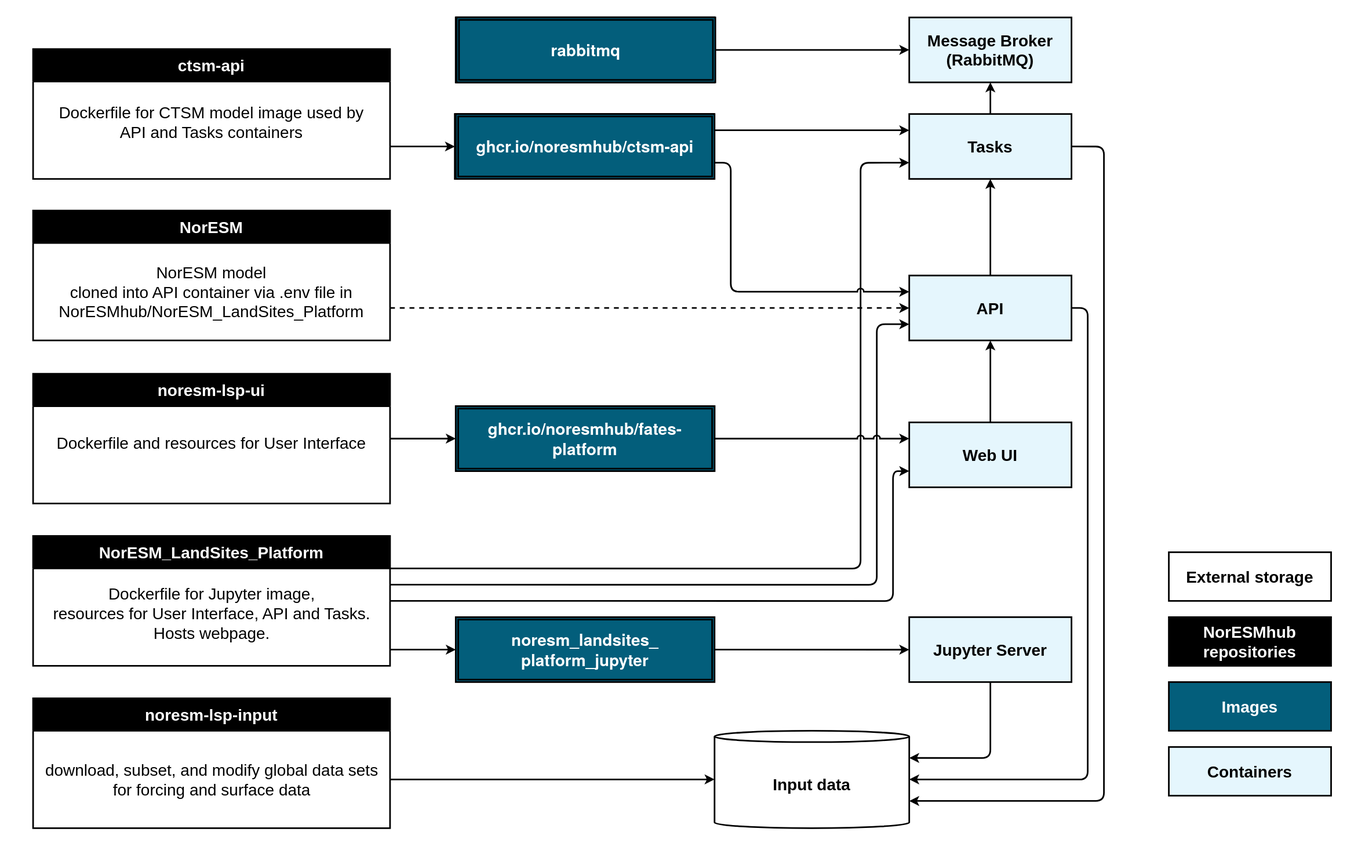
Earlier version of the draw.io export docs/img/repos_and_containers-MASTER.drawio.svg (NorESMhub/noresm-land-sites-platform). Source tidied: cells renumbered, new cells last; positions are measured from the earlier drawing's top-left corner, leaving out a move shared by most shapes.
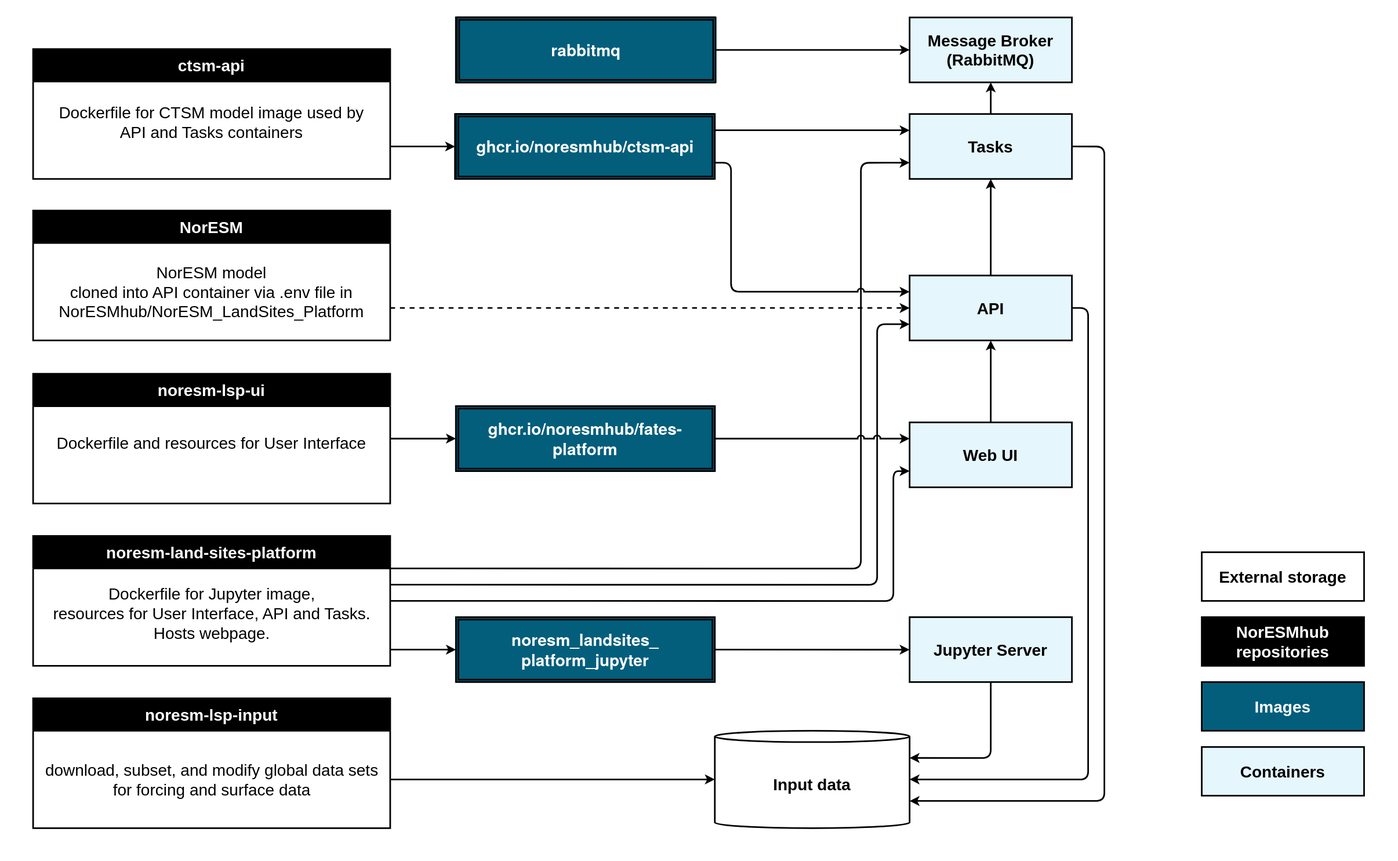
The same file after the commit.

What changed in the source:
```diff
@@ -3,7 +3,7 @@
     <mxCell id="0" />
     <mxCell id="1" parent="0" />
     <mxCell id="2" style="rounded=0;whiteSpace=wrap;html=1;fontColor=#000000;fillColor=default;strokeColor=none;" parent="1" vertex="1">
-      <mxGeometry width="1680" height="1060" as="geometry" />
+      <mxGeometry width="1720" height="1060" as="geometry" />
     </mxCell>
     <mxCell id="3" style="edgeStyle=orthogonalEdgeStyle;rounded=1;jettySize=auto;html=1;entryX=0;entryY=0.5;entryDx=0;entryDy=0;startArrow=none;startFill=0;fontSize=20;labelBackgroundColor=none;labelBorderColor=none;strokeWidth=2;jumpStyle=arc;endArrow=classic;endFill=1;" parent="1" edge="1" target="26">
       <mxGeometry relative="1" as="geometry">
@@ -27,7 +27,7 @@
         </Array>
       </mxGeometry>
     </mxCell>
-    <mxCell id="6" value="NorESM_LandSites_Platform" style="swimlane;fontSize=20;startSize=40;labelBackgroundColor=none;labelBorderColor=none;whiteSpace=wrap;fillColor=#000000;strokeWidth=2;fontColor=#FFFFFF;" parent="1" vertex="1">
+    <mxCell id="6" value="noresm-land-sites-platform" style="swimlane;fontSize=20;startSize=40;labelBackgroundColor=none;labelBorderColor=none;whiteSpace=wrap;fillColor=#000000;strokeWidth=2;fontColor=#FFFFFF;" parent="1" vertex="1">
       <mxGeometry x="40" y="660" width="440" height="160" as="geometry" />
     </mxCell>
     <mxCell id="7" value="Dockerfile for Jupyter image,&lt;br&gt;resources for User Interface, API and Tasks.&lt;br&gt;&lt;div&gt;Hosts webpage.&lt;/div&gt;" style="text;html=1;align=center;verticalAlign=middle;strokeColor=none;fillColor=none;fontSize=20;rounded=0;labelBackgroundColor=none;labelBorderColor=none;strokeWidth=2;" parent="6" vertex="1">
@@ -75,13 +75,13 @@
       </mxGeometry>
     </mxCell>
     <mxCell id="17" value="&lt;div style=&quot;font-size: 20px;&quot;&gt;&lt;font style=&quot;font-size: 20px;&quot;&gt;&lt;b style=&quot;font-size: 20px;&quot;&gt;Containers&lt;/b&gt;&lt;/font&gt;&lt;/div&gt;" style="text;html=1;strokeColor=#000000;fillColor=#E5F6FD;align=center;verticalAlign=middle;whiteSpace=wrap;rounded=0;fontSize=20;labelBackgroundColor=none;labelBorderColor=none;fontColor=#000000;strokeWidth=2;" parent="1" vertex="1">
-      <mxGeometry x="1440" y="920" width="200" height="60" as="geometry" />
+      <mxGeometry x="1480" y="920" width="200" height="60" as="geometry" />
     </mxCell>
     <mxCell id="18" value="&lt;b&gt;NorESMhub &lt;span style=&quot;font-size: 20px;&quot;&gt;&lt;font style=&quot;font-size: 20px;&quot;&gt;repositories&lt;/font&gt;&lt;/span&gt;&lt;/b&gt;" style="text;html=1;strokeColor=default;fillColor=#000000;align=center;verticalAlign=middle;whiteSpace=wrap;rounded=0;fontSize=20;labelBackgroundColor=none;labelBorderColor=none;strokeWidth=2;fontColor=#FFFFFF;" parent="1" vertex="1">
-      <mxGeometry x="1440" y="760" width="200" height="60" as="geometry" />
+      <mxGeometry x="1480" y="760" width="200" height="60" as="geometry" />
     </mxCell>
     <mxCell id="19" value="&lt;b style=&quot;font-size: 20px;&quot;&gt;&lt;font style=&quot;font-size: 20px;&quot;&gt;Images&lt;/font&gt;&lt;/b&gt;" style="text;html=1;strokeColor=default;fillColor=#035E7B;align=center;verticalAlign=middle;whiteSpace=wrap;rounded=0;fontSize=20;labelBackgroundColor=none;labelBorderColor=none;strokeWidth=2;fontColor=#FFFFFF;" parent="1" vertex="1">
-      <mxGeometry x="1440" y="840" width="200" height="60" as="geometry" />
+      <mxGeometry x="1480" y="840" width="200" height="60" as="geometry" />
     </mxCell>
     <mxCell id="20" style="edgeStyle=orthogonalEdgeStyle;rounded=1;jettySize=auto;html=1;exitX=1;exitY=0.25;exitDx=0;exitDy=0;startArrow=none;startFill=0;fontSize=20;labelBackgroundColor=none;labelBorderColor=none;strokeWidth=2;jumpStyle=arc;endArrow=classic;endFill=1;entryX=0;entryY=0.25;entryDx=0;entryDy=0;" parent="1" edge="1" source="22" target="40">
       <mxGeometry relative="1" as="geometry">
@@ -186,7 +186,7 @@
       <mxGeometry x="1120" y="520" width="200" height="80" as="geometry" />
     </mxCell>
     <mxCell id="45" value="&lt;b&gt;External storage&lt;br&gt;&lt;/b&gt;" style="text;html=1;strokeColor=default;fillColor=#FFFFFF;align=center;verticalAlign=middle;whiteSpace=wrap;rounded=0;fontSize=20;labelBackgroundColor=none;labelBorderColor=none;strokeWidth=2;" parent="1" vertex="1">
-      <mxGeometry x="1440" y="680" width="200" height="60" as="geometry" />
+      <mxGeometry x="1480" y="680" width="200" height="60" as="geometry" />
     </mxCell>
     <mxCell id="46" value="&lt;span style=&quot;color: rgb(39, 52, 59); font-family: &amp;quot;Open SansVariable&amp;quot;, &amp;quot;Helvetica Neue&amp;quot;, sans-serif; font-size: 20px; font-style: normal; font-variant-ligatures: normal; font-variant-caps: normal; font-weight: 600; letter-spacing: normal; text-align: left; text-indent: 0px; text-transform: none; word-spacing: 0px; -webkit-text-stroke-width: 0px; text-decoration-thickness: initial; text-decoration-style: initial; text-decoration-color: initial; display: inline !important; float: none;&quot;&gt;rabbitmq&lt;/span&gt;" style="shape=ext;double=1;rounded=0;whiteSpace=wrap;html=1;fontFamily=Helvetica;fontSize=20;fontColor=default;fillColor=#CCFFE6;gradientColor=none;verticalAlign=middle;labelBackgroundColor=none;labelBorderColor=none;strokeWidth=2;" parent="1" vertex="1">
       <mxGeometry x="561" y="21" width="319" height="80" as="geometry" />
```
